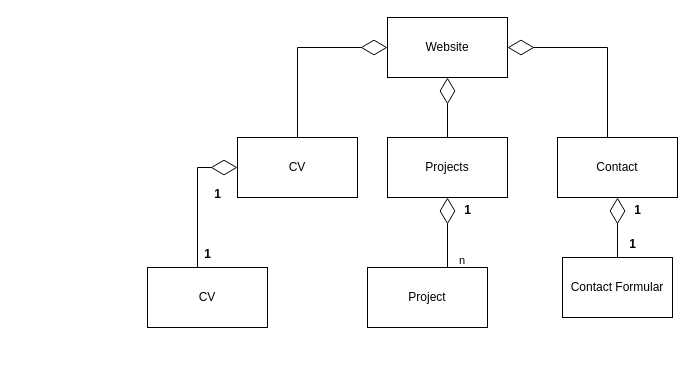
Earlier version of the draw.io diagram Portofolio hjemmeside/Diagram filer/Domain model Portofolio.drawio (TPLilsby/H1). Source tidied: cells renumbered, new cells numbered last; positions are measured from the earlier drawing's top-left corner, leaving out a move shared by most shapes. Both pictures are drawn from the tidied source at 100%, with x=0, y=0 at pixel (147, 17).
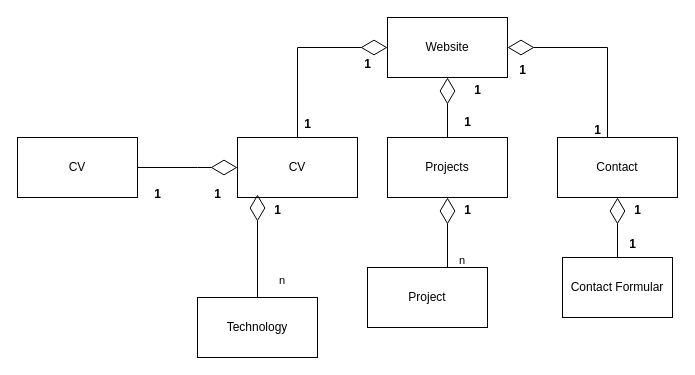
Above is the later version.

Unchanged cells that the change refers to:
```xml
<mxCell id="6" value="CV" style="rounded=0;whiteSpace=wrap;html=1;" parent="1" vertex="1">
  <mxGeometry x="90" y="120" width="120" height="60" as="geometry" />
</mxCell>
<mxCell id="19" value="1" style="text;align=center;fontStyle=1;verticalAlign=middle;spacingLeft=3;spacingRight=3;strokeColor=none;points=[[0,0.5],[1,0.5]];portConstraint=eastwest;html=1;" parent="1" vertex="1">
  <mxGeometry x="30" y="164" width="80" height="26" as="geometry" />
</mxCell>
```

Change to the diagram source:
```diff
@@
     <mxCell id="2" value="CV" style="rounded=0;whiteSpace=wrap;html=1;" parent="1" vertex="1">
-      <mxGeometry y="250" width="120" height="60" as="geometry" />
+      <mxGeometry x="-130" y="120" width="120" height="60" as="geometry" />
     </mxCell>
@@
-    <mxCell id="13" style="endArrow=diamondThin;endFill=0;endSize=24;html=1;rounded=0;entryX=0;entryY=0.5;entryDx=0;entryDy=0;" parent="1" edge="1" target="6">
+    <mxCell id="13" style="endArrow=diamondThin;endFill=0;endSize=24;html=1;rounded=0;entryX=0;entryY=0.5;entryDx=0;entryDy=0;exitX=1;exitY=0.5;exitDx=0;exitDy=0;" parent="1" edge="1" source="2" target="6">
       <mxGeometry relative="1" as="geometry">
-        <mxPoint x="50" y="250" as="sourcePoint" />
         <Array as="points">
           <mxPoint x="50" y="150" />
         </Array>
       </mxGeometry>
     </mxCell>
@@
     <mxCell id="20" value="1" style="text;align=center;fontStyle=1;verticalAlign=middle;spacingLeft=3;spacingRight=3;strokeColor=none;html=1;" parent="1" vertex="1">
-      <mxGeometry x="20" y="224" width="80" height="26" as="geometry" />
+      <mxGeometry x="-30" y="164" width="80" height="26" as="geometry" />
     </mxCell>
+    <mxCell id="21" value="1" style="text;align=center;fontStyle=1;verticalAlign=middle;spacingLeft=3;spacingRight=3;strokeColor=none;html=1;" parent="1" vertex="1">
+      <mxGeometry x="280" y="90" width="80" height="30" as="geometry" />
+    </mxCell>
+    <mxCell id="22" value="1" style="text;align=center;fontStyle=1;verticalAlign=middle;spacingLeft=3;spacingRight=3;strokeColor=none;html=1;" parent="1" vertex="1">
+      <mxGeometry x="180" y="34" width="80" height="26" as="geometry" />
+    </mxCell>
+    <mxCell id="23" value="1" style="text;align=center;fontStyle=1;verticalAlign=middle;spacingLeft=3;spacingRight=3;strokeColor=none;html=1;" parent="1" vertex="1">
+      <mxGeometry x="120" y="94" width="80" height="26" as="geometry" />
+    </mxCell>
+    <mxCell id="24" value="1" style="text;align=center;fontStyle=1;verticalAlign=middle;spacingLeft=3;spacingRight=3;strokeColor=none;html=1;" parent="1" vertex="1">
+      <mxGeometry x="335" y="40" width="80" height="26" as="geometry" />
+    </mxCell>
+    <mxCell id="25" value="1" style="text;align=center;fontStyle=1;verticalAlign=middle;spacingLeft=3;spacingRight=3;strokeColor=none;html=1;" parent="1" vertex="1">
+      <mxGeometry x="410" y="100" width="80" height="26" as="geometry" />
+    </mxCell>
+    <mxCell id="26" value="1" style="text;align=center;fontStyle=1;verticalAlign=middle;spacingLeft=3;spacingRight=3;strokeColor=none;html=1;" parent="1" vertex="1">
+      <mxGeometry x="290" y="60" width="80" height="26" as="geometry" />
+    </mxCell>
+    <mxCell id="27" value="Technology" style="rounded=0;whiteSpace=wrap;html=1;" parent="1" vertex="1">
+      <mxGeometry x="50" y="280" width="120" height="60" as="geometry" />
+    </mxCell>
+    <mxCell id="28" style="endArrow=diamondThin;endFill=0;endSize=24;html=1;rounded=0;entryX=1;entryY=0.5;entryDx=0;entryDy=0;exitX=0.5;exitY=0;exitDx=0;exitDy=0;" parent="1" edge="1" source="27" target="19">
+      <mxGeometry relative="1" as="geometry" />
+    </mxCell>
+    <mxCell id="29" value="1" style="text;align=center;fontStyle=1;verticalAlign=middle;spacingLeft=3;spacingRight=3;strokeColor=none;html=1;" parent="1" vertex="1">
+      <mxGeometry x="90" y="180" width="80" height="26" as="geometry" />
+    </mxCell>
+    <mxCell id="30" value="n" style="edgeLabel;html=1;align=left;verticalAlign=bottom;" parent="1" vertex="1">
+      <mxGeometry x="150" y="260" as="geometry">
+        <mxPoint x="-20" y="11" as="offset" />
+      </mxGeometry>
+    </mxCell>
```
